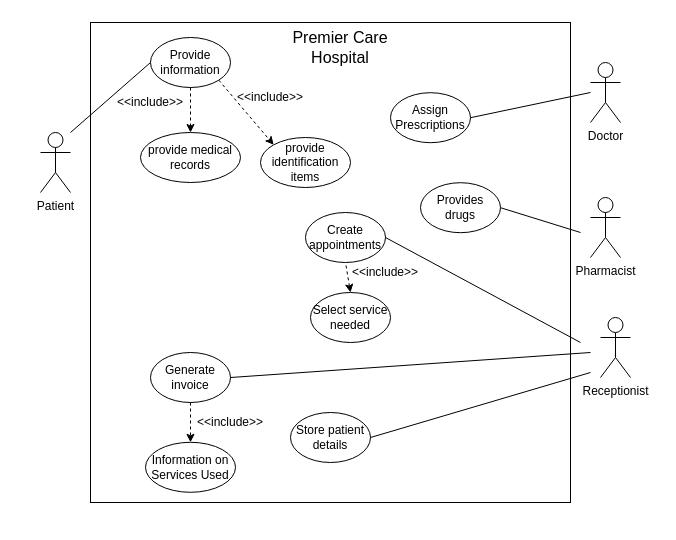
A-Hazzard/DRGNSTUDIO keeps this draw.io diagram as documents/main.drawio. Above is the earlier version. Source tidied: cells renumbered, new cells numbered last; positions are measured from the earlier drawing's top-left corner, leaving out a move shared by most shapes. Both pictures are drawn from the tidied source at 100%, with x=0, y=0 at pixel (40, 22).
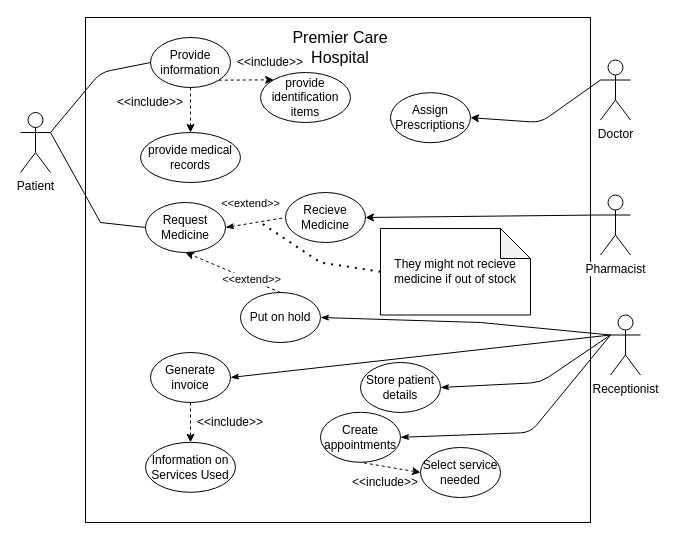
Above is the later version.

The change refers to these unchanged cells:
```xml
<mxCell id="7" value="Assign Prescriptions" style="ellipse;whiteSpace=wrap;html=1;" parent="1" vertex="1">
  <mxGeometry x="350" y="70.2" width="80" height="50" as="geometry" />
</mxCell>
<mxCell id="11" value="Generate invoice" style="ellipse;whiteSpace=wrap;html=1;" parent="1" vertex="1">
  <mxGeometry x="110" y="330" width="80" height="50" as="geometry" />
</mxCell>
<mxCell id="17" value="Provide information" style="ellipse;whiteSpace=wrap;html=1;" parent="1" vertex="1">
  <mxGeometry x="110" y="15" width="80" height="50" as="geometry" />
</mxCell>
```

Diff of the diagram source:
```diff
@@
     <mxCell id="2" style="whiteSpace=wrap;html=1;" parent="1" vertex="1">
-      <mxGeometry x="50" width="480" height="480" as="geometry" />
+      <mxGeometry x="45" y="-5" width="505" height="505" as="geometry" />
     </mxCell>
     <mxCell id="3" value="Patient" style="shape=umlActor;verticalLabelPosition=bottom;labelBackgroundColor=#ffffff;verticalAlign=top;html=1;outlineConnect=0;" parent="1" vertex="1">
-      <mxGeometry y="110" width="30" height="60" as="geometry" />
+      <mxGeometry x="-20" y="90" width="30" height="60" as="geometry" />
     </mxCell>
     <mxCell id="4" value="Doctor" style="shape=umlActor;verticalLabelPosition=bottom;labelBackgroundColor=#ffffff;verticalAlign=top;html=1;outlineConnect=0;" parent="1" vertex="1">
-      <mxGeometry x="550" y="40" width="30" height="60" as="geometry" />
+      <mxGeometry x="560" y="37.5" width="30" height="60" as="geometry" />
     </mxCell>
     <mxCell id="5" value="Store patient details" style="ellipse;whiteSpace=wrap;html=1;" parent="1" vertex="1">
-      <mxGeometry x="250" y="390" width="80" height="50" as="geometry" />
+      <mxGeometry x="320" y="340" width="80" height="50" as="geometry" />
     </mxCell>
     <mxCell id="6" value="Create appointments" style="ellipse;whiteSpace=wrap;html=1;" parent="1" vertex="1">
-      <mxGeometry x="265" y="190" width="80" height="50" as="geometry" />
+      <mxGeometry x="280" y="389.8" width="80" height="50" as="geometry" />
     </mxCell>
@@
     <mxCell id="8" value="Pharmacist" style="shape=umlActor;verticalLabelPosition=bottom;labelBackgroundColor=#ffffff;verticalAlign=top;html=1;outlineConnect=0;" parent="1" vertex="1">
-      <mxGeometry x="550" y="175" width="30" height="60" as="geometry" />
+      <mxGeometry x="560" y="172.5" width="30" height="60" as="geometry" />
     </mxCell>
     <mxCell id="9" value="Receptionist" style="shape=umlActor;verticalLabelPosition=bottom;labelBackgroundColor=#ffffff;verticalAlign=top;html=1;outlineConnect=0;" parent="1" vertex="1">
-      <mxGeometry x="560" y="295" width="30" height="60" as="geometry" />
+      <mxGeometry x="570" y="292.5" width="30" height="60" as="geometry" />
     </mxCell>
     <mxCell id="10" value="Select service needed" style="ellipse;whiteSpace=wrap;html=1;" parent="1" vertex="1">
-      <mxGeometry x="270" y="270" width="80" height="50" as="geometry" />
+      <mxGeometry x="380" y="425" width="80" height="50" as="geometry" />
     </mxCell>
@@
-    <mxCell id="13" style="endArrow=none;dashed=1;html=1;entryX=0.5;entryY=1;entryDx=0;entryDy=0;exitX=0.5;exitY=0;exitDx=0;exitDy=0;endFill=0;startArrow=classic;startFill=1;" parent="1" edge="1" source="10" target="6">
+    <mxCell id="13" style="endArrow=none;dashed=1;html=1;entryX=0.5;entryY=1;entryDx=0;entryDy=0;exitX=0;exitY=0.5;exitDx=0;exitDy=0;endFill=0;startArrow=classic;startFill=1;" parent="1" edge="1" source="10" target="6">
       <mxGeometry relative="1" as="geometry" />
     </mxCell>
     <mxCell id="14" value="&amp;lt;&amp;lt;include&amp;gt;&amp;gt;" style="text;html=1;strokeColor=none;fillColor=none;align=center;verticalAlign=middle;whiteSpace=wrap;rounded=0;" parent="1" vertex="1">
-      <mxGeometry x="325" y="240" width="40" height="20" as="geometry" />
+      <mxGeometry x="325" y="449.8" width="40" height="20" as="geometry" />
     </mxCell>
@@
     <mxCell id="19" value="provide identification items" style="ellipse;whiteSpace=wrap;html=1;" parent="1" vertex="1">
-      <mxGeometry x="220" y="115" width="90" height="50" as="geometry" />
+      <mxGeometry x="220" y="50" width="90" height="50" as="geometry" />
     </mxCell>
@@
     <mxCell id="22" value="&amp;lt;&amp;lt;include&amp;gt;&amp;gt;" style="text;html=1;strokeColor=none;fillColor=none;align=center;verticalAlign=middle;whiteSpace=wrap;rounded=0;" parent="1" vertex="1">
-      <mxGeometry x="210" y="65" width="40" height="20" as="geometry" />
+      <mxGeometry x="210" y="30" width="40" height="20" as="geometry" />
     </mxCell>
@@
-    <mxCell id="24" style="endArrow=none;html=1;exitX=1;exitY=0.5;exitDx=0;exitDy=0;" parent="1" edge="1" source="11">
-      <mxGeometry relative="1" as="geometry">
-        <mxPoint x="550" y="330" as="targetPoint" />
-      </mxGeometry>
+    <mxCell id="24" style="endArrow=none;html=1;exitX=1;exitY=0.5;exitDx=0;exitDy=0;entryX=0;entryY=0.3333333333333333;entryDx=0;entryDy=0;entryPerimeter=0;startArrow=classicThin;startFill=1;" parent="1" edge="1" source="11" target="9">
+      <mxGeometry relative="1" as="geometry" />
     </mxCell>
-    <mxCell id="25" style="endArrow=none;html=1;exitX=1;exitY=0.5;exitDx=0;exitDy=0;" parent="1" edge="1" source="5">
+    <mxCell id="25" style="endArrow=none;html=1;exitX=1;exitY=0.5;exitDx=0;exitDy=0;startArrow=classicThin;startFill=1;entryX=0;entryY=0.3333333333333333;entryDx=0;entryDy=0;entryPerimeter=0;" parent="1" edge="1" source="5" target="9">
       <mxGeometry relative="1" as="geometry">
-        <mxPoint x="550" y="350" as="targetPoint" />
+        <Array as="points">
+          <mxPoint x="500" y="360" />
+        </Array>
       </mxGeometry>
     </mxCell>
-    <mxCell id="26" style="endArrow=none;html=1;entryX=0;entryY=0.5;entryDx=0;entryDy=0;exitX=1;exitY=0;exitDx=0;exitDy=0;exitPerimeter=0;" parent="1" edge="1" source="3" target="17">
-      <mxGeometry relative="1" as="geometry" />
+    <mxCell id="26" style="endArrow=none;html=1;entryX=0;entryY=0.5;entryDx=0;entryDy=0;exitX=1;exitY=0.3333333333333333;exitDx=0;exitDy=0;exitPerimeter=0;" parent="1" edge="1" source="3" target="17">
+      <mxGeometry relative="1" as="geometry">
+        <Array as="points">
+          <mxPoint x="60" y="50" />
+        </Array>
+      </mxGeometry>
     </mxCell>
-    <mxCell id="27" style="endArrow=none;html=1;exitX=1;exitY=0.5;exitDx=0;exitDy=0;" parent="1" edge="1" source="6">
+    <mxCell id="27" style="endArrow=none;html=1;exitX=1;exitY=0.5;exitDx=0;exitDy=0;entryX=0;entryY=0.3333333333333333;entryDx=0;entryDy=0;entryPerimeter=0;startArrow=classicThin;startFill=1;" parent="1" edge="1" source="6" target="9">
       <mxGeometry relative="1" as="geometry">
-        <mxPoint x="540" y="320" as="targetPoint" />
+        <Array as="points">
+          <mxPoint x="490" y="410" />
+        </Array>
       </mxGeometry>
     </mxCell>
-    <mxCell id="28" style="endArrow=none;html=1;exitX=1;exitY=0.5;exitDx=0;exitDy=0;" parent="1" edge="1" source="7">
+    <mxCell id="28" style="endArrow=none;html=1;exitX=1;exitY=0.5;exitDx=0;exitDy=0;startArrow=classic;startFill=1;entryX=0;entryY=0.3333333333333333;entryDx=0;entryDy=0;entryPerimeter=0;" parent="1" edge="1" source="7" target="4">
       <mxGeometry relative="1" as="geometry">
-        <mxPoint x="550" y="70" as="targetPoint" />
+        <Array as="points">
+          <mxPoint x="500" y="100" />
+        </Array>
       </mxGeometry>
     </mxCell>
-    <mxCell id="29" value="Provides drugs" style="ellipse;whiteSpace=wrap;html=1;" parent="1" vertex="1">
-      <mxGeometry x="380" y="160.2" width="80" height="50" as="geometry" />
-    </mxCell>
-    <mxCell id="30" style="endArrow=none;html=1;exitX=1;exitY=0.5;exitDx=0;exitDy=0;" parent="1" edge="1" source="29">
-      <mxGeometry relative="1" as="geometry">
-        <mxPoint x="540" y="210" as="targetPoint" />
-      </mxGeometry>
+    <mxCell id="30" style="endArrow=none;html=1;exitX=1;exitY=0.5;exitDx=0;exitDy=0;endFill=0;startArrow=classic;startFill=1;entryX=0;entryY=0.3333333333333333;entryDx=0;entryDy=0;entryPerimeter=0;" parent="1" edge="1" source="34" target="8">
+      <mxGeometry relative="1" as="geometry" />
     </mxCell>
@@
+    <mxCell id="32" value="Request Medicine" style="ellipse;whiteSpace=wrap;html=1;" parent="1" vertex="1">
+      <mxGeometry x="105" y="180" width="80" height="50" as="geometry" />
+    </mxCell>
+    <mxCell id="33" style="endArrow=none;html=1;rounded=0;entryX=0;entryY=0.5;entryDx=0;entryDy=0;exitX=1;exitY=0.3333333333333333;exitDx=0;exitDy=0;exitPerimeter=0;" parent="1" edge="1" source="3" target="32">
+      <mxGeometry relative="1" as="geometry">
+        <Array as="points">
+          <mxPoint x="60" y="200" />
+        </Array>
+      </mxGeometry>
+    </mxCell>
+    <mxCell id="34" value="Recieve Medicine" style="ellipse;whiteSpace=wrap;html=1;" parent="1" vertex="1">
+      <mxGeometry x="245" y="170" width="80" height="50" as="geometry" />
+    </mxCell>
+    <mxCell id="35" value="Put on hold" style="ellipse;whiteSpace=wrap;html=1;" parent="1" vertex="1">
+      <mxGeometry x="200" y="270" width="80" height="50" as="geometry" />
+    </mxCell>
+    <mxCell id="36" style="endArrow=none;dashed=1;html=1;entryX=0;entryY=0.5;entryDx=0;entryDy=0;startArrow=classicThin;startFill=1;endFill=0;exitX=1;exitY=0.5;exitDx=0;exitDy=0;" parent="1" edge="1" source="32" target="34">
+      <mxGeometry relative="1" as="geometry" />
+    </mxCell>
+    <mxCell id="37" value="&amp;lt;&amp;lt;extend&amp;gt;&amp;gt;" style="edgeLabel;html=1;align=center;verticalAlign=middle;" parent="36" vertex="1">
+      <mxGeometry x="0.16" y="-1" relative="1" as="geometry">
+        <mxPoint x="-10" y="-20" as="offset" />
+      </mxGeometry>
+    </mxCell>
+    <mxCell id="38" style="endArrow=classic;dashed=1;html=1;entryX=0.5;entryY=1;entryDx=0;entryDy=0;startArrow=none;startFill=0;endFill=1;exitX=0.5;exitY=0;exitDx=0;exitDy=0;" parent="1" edge="1" source="35" target="32">
+      <mxGeometry relative="1" as="geometry" />
+    </mxCell>
+    <mxCell id="39" value="&amp;lt;&amp;lt;extend&amp;gt;&amp;gt;" style="edgeLabel;html=1;align=center;verticalAlign=middle;" parent="38" vertex="1">
+      <mxGeometry x="-0.37" y="-1" relative="1" as="geometry" />
+    </mxCell>
+    <mxCell id="40" style="endArrow=none;html=1;rounded=0;entryX=0;entryY=0.3333333333333333;entryDx=0;entryDy=0;entryPerimeter=0;exitX=1;exitY=0.5;exitDx=0;exitDy=0;startArrow=classicThin;startFill=1;" parent="1" edge="1" source="35" target="9">
+      <mxGeometry relative="1" as="geometry">
+        <Array as="points">
+          <mxPoint x="440" y="300" />
+        </Array>
+      </mxGeometry>
+    </mxCell>
+    <mxCell id="41" style="endArrow=none;dashed=1;html=1;dashPattern=1 3;strokeWidth=2;rounded=0;exitX=0;exitY=0.5;exitDx=0;exitDy=0;exitPerimeter=0;" parent="1" edge="1" source="42">
+      <mxGeometry relative="1" as="geometry">
+        <mxPoint x="220" y="200" as="targetPoint" />
+        <Array as="points">
+          <mxPoint x="280" y="240" />
+        </Array>
+      </mxGeometry>
+    </mxCell>
+    <mxCell id="42" value="They might not recieve medicine if out of stock" style="shape=note;whiteSpace=wrap;html=1;backgroundOutline=1;darkOpacity=0.05;" parent="1" vertex="1">
+      <mxGeometry x="340" y="206" width="150" height="86.5" as="geometry" />
+    </mxCell>
```
